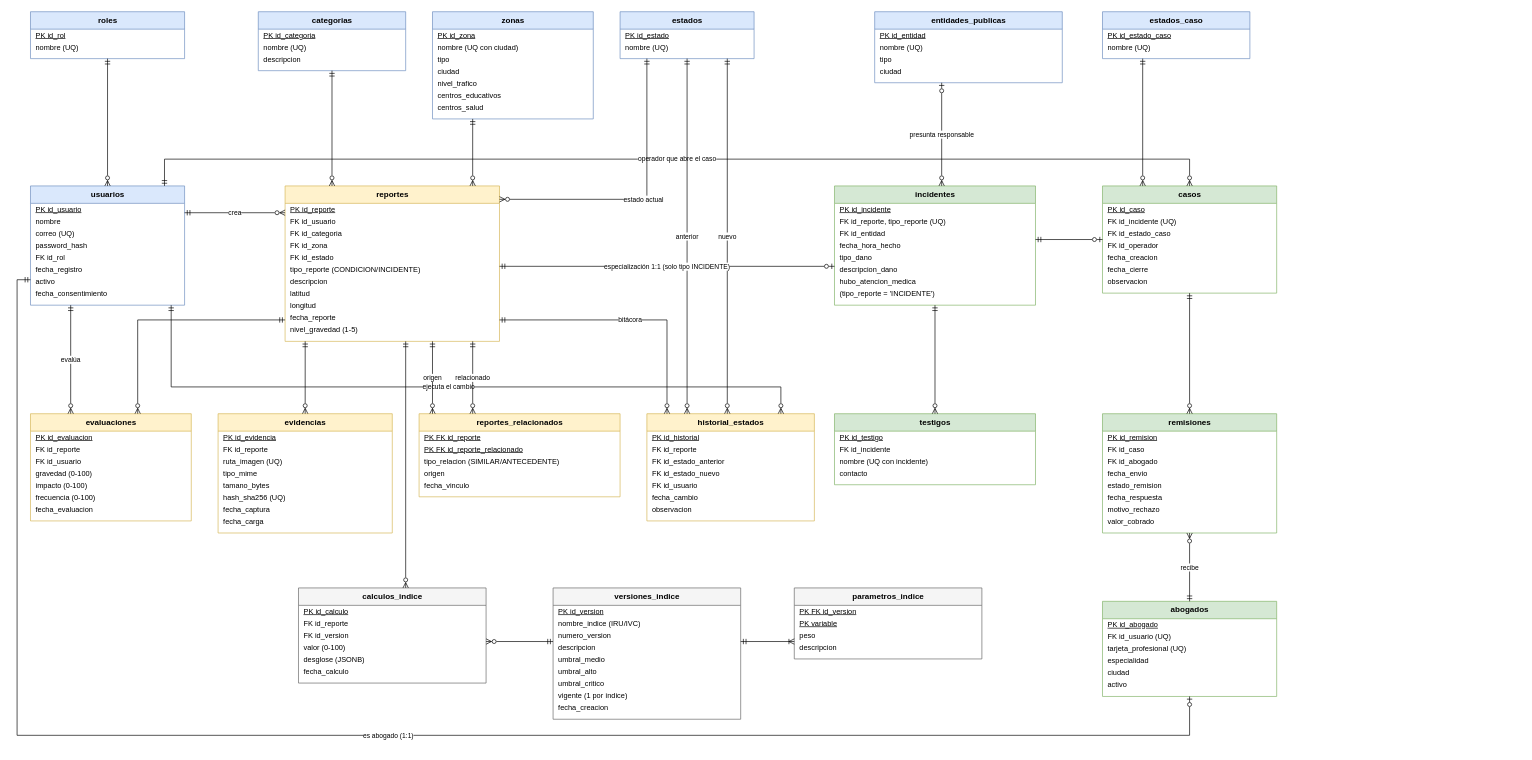
The draw.io diagram base-de-datos/diagramas/reda_eer.drawio in luismendoza009/REDA-Red-de-Evaluacion-y-Detecci-n-de-Riesgos-Urbanos, before the edit. Source tidied: cells renumbered, new cells numbered last; positions are measured from the earlier drawing's top-left corner, leaving out a move shared by most shapes. Both pictures are drawn from the tidied source at 67%, with x=0, y=0 at pixel (17, 11).
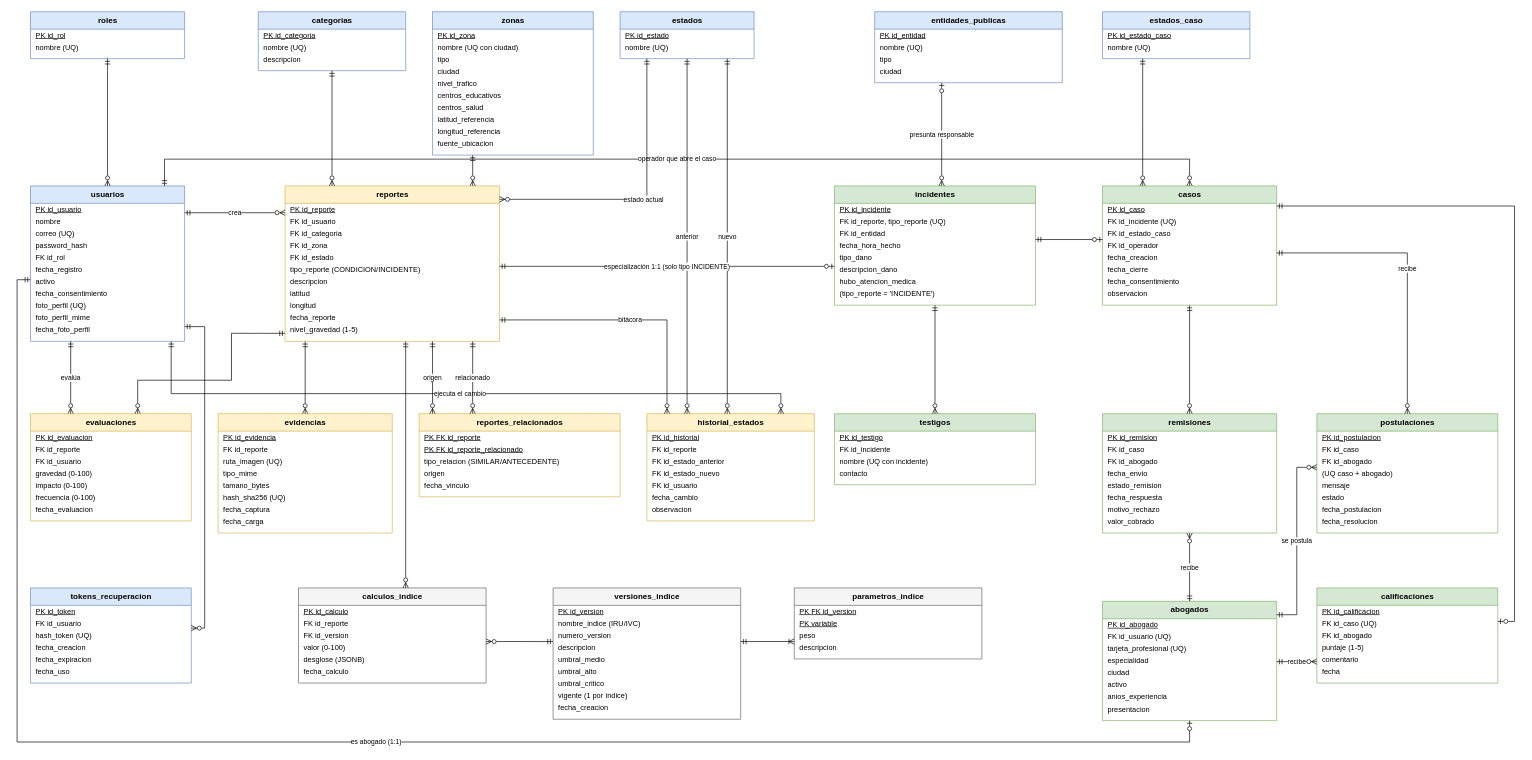
After the change.

Commit message (it also covers changes not shown here):
docs: actualiza el diagrama EER a 23 tablas (postulaciones, calificaciones y tokens)

Unchanged cells that the change refers to:
```xml
<mxCell id="37" value="reportes" style="swimlane;fontStyle=1;horizontal=1;startSize=26;html=1;fillColor=#fff2cc;strokeColor=#d6b656;fontSize=12;" parent="1" vertex="1">
  <mxGeometry x="400" y="260" width="320" height="232" as="geometry" />
</mxCell>
<mxCell id="49" value="incidentes" style="swimlane;fontStyle=1;horizontal=1;startSize=26;html=1;fillColor=#d5e8d4;strokeColor=#82b366;fontSize=12;" parent="1" vertex="1">
  <mxGeometry x="1220" y="260" width="300" height="178" as="geometry" />
</mxCell>
<mxCell id="66" value="evaluaciones" style="swimlane;fontStyle=1;horizontal=1;startSize=26;html=1;fillColor=#fff2cc;strokeColor=#d6b656;fontSize=12;" parent="1" vertex="1">
  <mxGeometry x="20" y="600" width="240" height="160" as="geometry" />
</mxCell>
<mxCell id="89" value="historial_estados" style="swimlane;fontStyle=1;horizontal=1;startSize=26;html=1;fillColor=#fff2cc;strokeColor=#d6b656;fontSize=12;" parent="1" vertex="1">
  <mxGeometry x="940" y="600" width="250" height="160" as="geometry" />
</mxCell>
```

The edit, as a diff of the source:
```diff
@@
     <mxCell id="9" value="zonas" style="swimlane;fontStyle=1;horizontal=1;startSize=26;html=1;fillColor=#dae8fc;strokeColor=#6c8ebf;fontSize=12;" parent="1" vertex="1">
-      <mxGeometry x="620" width="240" height="160" as="geometry" />
+      <mxGeometry x="620" width="240" height="214" as="geometry" />
     </mxCell>
@@
+    <mxCell id="166" value="latitud_referencia" style="text;strokeColor=none;fillColor=none;align=left;verticalAlign=middle;spacingLeft=6;html=1;fontSize=11;" parent="9" vertex="1">
+      <mxGeometry y="152" width="240" height="18" as="geometry" />
+    </mxCell>
+    <mxCell id="167" value="longitud_referencia" style="text;strokeColor=none;fillColor=none;align=left;verticalAlign=middle;spacingLeft=6;html=1;fontSize=11;" parent="9" vertex="1">
+      <mxGeometry y="170" width="240" height="18" as="geometry" />
+    </mxCell>
+    <mxCell id="168" value="fuente_ubicacion" style="text;strokeColor=none;fillColor=none;align=left;verticalAlign=middle;spacingLeft=6;html=1;fontSize=11;" parent="9" vertex="1">
+      <mxGeometry y="188" width="240" height="18" as="geometry" />
+    </mxCell>
@@
     <mxCell id="28" value="usuarios" style="swimlane;fontStyle=1;horizontal=1;startSize=26;html=1;fillColor=#dae8fc;strokeColor=#6c8ebf;fontSize=12;" parent="1" vertex="1">
-      <mxGeometry x="20" y="260" width="230" height="178" as="geometry" />
+      <mxGeometry x="20" y="260" width="230" height="232" as="geometry" />
     </mxCell>
@@
+    <mxCell id="169" value="foto_perfil (UQ)" style="text;strokeColor=none;fillColor=none;align=left;verticalAlign=middle;spacingLeft=6;html=1;fontSize=11;" parent="28" vertex="1">
+      <mxGeometry y="170" width="230" height="18" as="geometry" />
+    </mxCell>
+    <mxCell id="170" value="foto_perfil_mime" style="text;strokeColor=none;fillColor=none;align=left;verticalAlign=middle;spacingLeft=6;html=1;fontSize=11;" parent="28" vertex="1">
+      <mxGeometry y="188" width="230" height="18" as="geometry" />
+    </mxCell>
+    <mxCell id="171" value="fecha_foto_perfil" style="text;strokeColor=none;fillColor=none;align=left;verticalAlign=middle;spacingLeft=6;html=1;fontSize=11;" parent="28" vertex="1">
+      <mxGeometry y="206" width="230" height="18" as="geometry" />
+    </mxCell>
@@
     <mxCell id="58" value="casos" style="swimlane;fontStyle=1;horizontal=1;startSize=26;html=1;fillColor=#d5e8d4;strokeColor=#82b366;fontSize=12;" parent="1" vertex="1">
-      <mxGeometry x="1620" y="260" width="260" height="160" as="geometry" />
+      <mxGeometry x="1620" y="260" width="260" height="178" as="geometry" />
     </mxCell>
@@
-    <mxCell id="65" value="observacion" style="text;strokeColor=none;fillColor=none;align=left;verticalAlign=middle;spacingLeft=6;html=1;fontSize=11;" parent="58" vertex="1">
+    <mxCell id="65" value="fecha_consentimiento" style="text;strokeColor=none;fillColor=none;align=left;verticalAlign=middle;spacingLeft=6;html=1;fontSize=11;" parent="58" vertex="1">
       <mxGeometry y="134" width="260" height="18" as="geometry" />
     </mxCell>
+    <mxCell id="172" value="observacion" style="text;strokeColor=none;fillColor=none;align=left;verticalAlign=middle;spacingLeft=6;html=1;fontSize=11;" parent="58" vertex="1">
+      <mxGeometry y="152" width="260" height="18" as="geometry" />
+    </mxCell>
@@
     <mxCell id="133" value="abogados" style="swimlane;fontStyle=1;horizontal=1;startSize=26;html=1;fillColor=#d5e8d4;strokeColor=#82b366;fontSize=12;" parent="1" vertex="1">
-      <mxGeometry x="1620" y="880" width="260" height="142" as="geometry" />
+      <mxGeometry x="1620" y="880" width="260" height="178" as="geometry" />
     </mxCell>
@@
+    <mxCell id="173" value="anios_experiencia" style="text;strokeColor=none;fillColor=none;align=left;verticalAlign=middle;spacingLeft=6;html=1;fontSize=11;" parent="133" vertex="1">
+      <mxGeometry y="134" width="260" height="18" as="geometry" />
+    </mxCell>
+    <mxCell id="174" value="presentacion" style="text;strokeColor=none;fillColor=none;align=left;verticalAlign=middle;spacingLeft=6;html=1;fontSize=11;" parent="133" vertex="1">
+      <mxGeometry y="152" width="260" height="18" as="geometry" />
+    </mxCell>
+    <mxCell id="175" value="postulaciones" style="swimlane;fontStyle=1;horizontal=1;startSize=26;html=1;fillColor=#d5e8d4;strokeColor=#82b366;fontSize=12;" parent="1" vertex="1">
+      <mxGeometry x="1940" y="600" width="270" height="178" as="geometry" />
+    </mxCell>
+    <mxCell id="176" value="PK id_postulacion" style="text;strokeColor=none;fillColor=none;align=left;verticalAlign=middle;spacingLeft=6;html=1;fontSize=11;fontStyle=4;" parent="175" vertex="1">
+      <mxGeometry y="26" width="270" height="18" as="geometry" />
+    </mxCell>
+    <mxCell id="177" value="FK id_caso" style="text;strokeColor=none;fillColor=none;align=left;verticalAlign=middle;spacingLeft=6;html=1;fontSize=11;" parent="175" vertex="1">
+      <mxGeometry y="44" width="270" height="18" as="geometry" />
+    </mxCell>
+    <mxCell id="178" value="FK id_abogado" style="text;strokeColor=none;fillColor=none;align=left;verticalAlign=middle;spacingLeft=6;html=1;fontSize=11;" parent="175" vertex="1">
+      <mxGeometry y="62" width="270" height="18" as="geometry" />
+    </mxCell>
+    <mxCell id="179" value="(UQ caso + abogado)" style="text;strokeColor=none;fillColor=none;align=left;verticalAlign=middle;spacingLeft=6;html=1;fontSize=11;" parent="175" vertex="1">
+      <mxGeometry y="80" width="270" height="18" as="geometry" />
+    </mxCell>
+    <mxCell id="180" value="mensaje" style="text;strokeColor=none;fillColor=none;align=left;verticalAlign=middle;spacingLeft=6;html=1;fontSize=11;" parent="175" vertex="1">
+      <mxGeometry y="98" width="270" height="18" as="geometry" />
+    </mxCell>
+    <mxCell id="181" value="estado" style="text;strokeColor=none;fillColor=none;align=left;verticalAlign=middle;spacingLeft=6;html=1;fontSize=11;" parent="175" vertex="1">
+      <mxGeometry y="116" width="270" height="18" as="geometry" />
+    </mxCell>
+    <mxCell id="182" value="fecha_postulacion" style="text;strokeColor=none;fillColor=none;align=left;verticalAlign=middle;spacingLeft=6;html=1;fontSize=11;" parent="175" vertex="1">
+      <mxGeometry y="134" width="270" height="18" as="geometry" />
+    </mxCell>
+    <mxCell id="183" value="fecha_resolucion" style="text;strokeColor=none;fillColor=none;align=left;verticalAlign=middle;spacingLeft=6;html=1;fontSize=11;" parent="175" vertex="1">
+      <mxGeometry y="152" width="270" height="18" as="geometry" />
+    </mxCell>
+    <mxCell id="184" value="calificaciones" style="swimlane;fontStyle=1;horizontal=1;startSize=26;html=1;fillColor=#d5e8d4;strokeColor=#82b366;fontSize=12;" parent="1" vertex="1">
+      <mxGeometry x="1940" y="860" width="270" height="142" as="geometry" />
+    </mxCell>
+    <mxCell id="185" value="PK id_calificacion" style="text;strokeColor=none;fillColor=none;align=left;verticalAlign=middle;spacingLeft=6;html=1;fontSize=11;fontStyle=4;" parent="184" vertex="1">
+      <mxGeometry y="26" width="270" height="18" as="geometry" />
+    </mxCell>
+    <mxCell id="186" value="FK id_caso (UQ)" style="text;strokeColor=none;fillColor=none;align=left;verticalAlign=middle;spacingLeft=6;html=1;fontSize=11;" parent="184" vertex="1">
+      <mxGeometry y="44" width="270" height="18" as="geometry" />
+    </mxCell>
+    <mxCell id="187" value="FK id_abogado" style="text;strokeColor=none;fillColor=none;align=left;verticalAlign=middle;spacingLeft=6;html=1;fontSize=11;" parent="184" vertex="1">
+      <mxGeometry y="62" width="270" height="18" as="geometry" />
+    </mxCell>
+    <mxCell id="188" value="puntaje (1-5)" style="text;strokeColor=none;fillColor=none;align=left;verticalAlign=middle;spacingLeft=6;html=1;fontSize=11;" parent="184" vertex="1">
+      <mxGeometry y="80" width="270" height="18" as="geometry" />
+    </mxCell>
+    <mxCell id="189" value="comentario" style="text;strokeColor=none;fillColor=none;align=left;verticalAlign=middle;spacingLeft=6;html=1;fontSize=11;" parent="184" vertex="1">
+      <mxGeometry y="98" width="270" height="18" as="geometry" />
+    </mxCell>
+    <mxCell id="190" value="fecha" style="text;strokeColor=none;fillColor=none;align=left;verticalAlign=middle;spacingLeft=6;html=1;fontSize=11;" parent="184" vertex="1">
+      <mxGeometry y="116" width="270" height="18" as="geometry" />
+    </mxCell>
+    <mxCell id="191" value="tokens_recuperacion" style="swimlane;fontStyle=1;horizontal=1;startSize=26;html=1;fillColor=#dae8fc;strokeColor=#6c8ebf;fontSize=12;" parent="1" vertex="1">
+      <mxGeometry x="20" y="860" width="240" height="142" as="geometry" />
+    </mxCell>
+    <mxCell id="192" value="PK id_token" style="text;strokeColor=none;fillColor=none;align=left;verticalAlign=middle;spacingLeft=6;html=1;fontSize=11;fontStyle=4;" parent="191" vertex="1">
+      <mxGeometry y="26" width="240" height="18" as="geometry" />
+    </mxCell>
+    <mxCell id="193" value="FK id_usuario" style="text;strokeColor=none;fillColor=none;align=left;verticalAlign=middle;spacingLeft=6;html=1;fontSize=11;" parent="191" vertex="1">
+      <mxGeometry y="44" width="240" height="18" as="geometry" />
+    </mxCell>
+    <mxCell id="194" value="hash_token (UQ)" style="text;strokeColor=none;fillColor=none;align=left;verticalAlign=middle;spacingLeft=6;html=1;fontSize=11;" parent="191" vertex="1">
+      <mxGeometry y="62" width="240" height="18" as="geometry" />
+    </mxCell>
+    <mxCell id="195" value="fecha_creacion" style="text;strokeColor=none;fillColor=none;align=left;verticalAlign=middle;spacingLeft=6;html=1;fontSize=11;" parent="191" vertex="1">
+      <mxGeometry y="80" width="240" height="18" as="geometry" />
+    </mxCell>
+    <mxCell id="196" value="fecha_expiracion" style="text;strokeColor=none;fillColor=none;align=left;verticalAlign=middle;spacingLeft=6;html=1;fontSize=11;" parent="191" vertex="1">
+      <mxGeometry y="98" width="240" height="18" as="geometry" />
+    </mxCell>
+    <mxCell id="197" value="fecha_uso" style="text;strokeColor=none;fillColor=none;align=left;verticalAlign=middle;spacingLeft=6;html=1;fontSize=11;" parent="191" vertex="1">
+      <mxGeometry y="116" width="240" height="18" as="geometry" />
+    </mxCell>
@@
-    <mxCell id="141" value="crea" style="edgeStyle=orthogonalEdgeStyle;rounded=0;html=1;fontSize=10;labelBackgroundColor=#ffffff;startArrow=ERmandOne;endArrow=ERzeroToMany;startFill=0;endFill=0;exitX=1.0;exitY=0.2247;exitDx=0;exitDy=0;entryX=0.0;entryY=0.1724;entryDx=0;entryDy=0;" parent="1" edge="1" source="28" target="37">
+    <mxCell id="141" value="crea" style="edgeStyle=orthogonalEdgeStyle;rounded=0;html=1;fontSize=10;labelBackgroundColor=#ffffff;startArrow=ERmandOne;endArrow=ERzeroToMany;startFill=0;endFill=0;exitX=1.0;exitY=0.1724;exitDx=0;exitDy=0;entryX=0.0;entryY=0.1724;entryDx=0;entryDy=0;" parent="1" edge="1" source="28" target="37">
       <mxGeometry relative="1" as="geometry" />
     </mxCell>
@@
     <mxCell id="143" value="ejecuta el cambio" style="edgeStyle=orthogonalEdgeStyle;rounded=0;html=1;fontSize=10;labelBackgroundColor=#ffffff;startArrow=ERmandOne;endArrow=ERzeroToMany;startFill=0;endFill=0;exitX=0.913;exitY=1.0;exitDx=0;exitDy=0;entryX=0.8;entryY=0.0;entryDx=0;entryDy=0;" parent="1" edge="1" source="28" target="89">
       <mxGeometry relative="1" as="geometry">
         <Array as="points">
-          <mxPoint x="230" y="560" />
-          <mxPoint x="1140" y="560" />
+          <mxPoint x="230" y="570" />
+          <mxPoint x="1140" y="570" />
         </Array>
       </mxGeometry>
     </mxCell>
@@
-    <mxCell id="145" value="es abogado (1:1)" style="edgeStyle=orthogonalEdgeStyle;rounded=0;html=1;fontSize=10;labelBackgroundColor=#ffffff;startArrow=ERmandOne;endArrow=ERzeroToOne;startFill=0;endFill=0;exitX=0.0;exitY=0.7865;exitDx=0;exitDy=0;entryX=0.5;entryY=1.0;entryDx=0;entryDy=0;" parent="1" edge="1" source="28" target="133">
+    <mxCell id="145" value="es abogado (1:1)" style="edgeStyle=orthogonalEdgeStyle;rounded=0;html=1;fontSize=10;labelBackgroundColor=#ffffff;startArrow=ERmandOne;endArrow=ERzeroToOne;startFill=0;endFill=0;exitX=0.0;exitY=0.6034;exitDx=0;exitDy=0;entryX=0.5;entryY=1.0;entryDx=0;entryDy=0;" parent="1" edge="1" source="28" target="133">
       <mxGeometry relative="1" as="geometry">
         <Array as="points">
           <mxPoint y="400" />
-          <mxPoint y="1080" />
-          <mxPoint x="1750" y="1080" />
+          <mxPoint y="1090" />
+          <mxPoint x="1750" y="1090" />
         </Array>
       </mxGeometry>
     </mxCell>
@@
-    <mxCell id="155" style="edgeStyle=orthogonalEdgeStyle;rounded=0;html=1;fontSize=10;labelBackgroundColor=#ffffff;startArrow=ERmandOne;endArrow=ERzeroToMany;startFill=0;endFill=0;exitX=0.0;exitY=0.8621;exitDx=0;exitDy=0;entryX=0.6667;entryY=0.0;entryDx=0;entryDy=0;" parent="1" edge="1" source="37" target="66">
+    <mxCell id="155" style="edgeStyle=orthogonalEdgeStyle;rounded=0;html=1;fontSize=10;labelBackgroundColor=#ffffff;startArrow=ERmandOne;endArrow=ERzeroToMany;startFill=0;endFill=0;exitX=0.0;exitY=0.9483;exitDx=0;exitDy=0;entryX=0.6667;entryY=0.0;entryDx=0;entryDy=0;" parent="1" edge="1" source="37" target="66">
       <mxGeometry relative="1" as="geometry">
         <Array as="points">
-          <mxPoint x="180" y="460" />
+          <mxPoint x="320" y="480" />
+          <mxPoint x="320" y="550" />
+          <mxPoint x="180" y="550" />
         </Array>
       </mxGeometry>
     </mxCell>
@@
-    <mxCell id="159" style="edgeStyle=orthogonalEdgeStyle;rounded=0;html=1;fontSize=10;labelBackgroundColor=#ffffff;startArrow=ERmandOne;endArrow=ERzeroToOne;startFill=0;endFill=0;exitX=1.0;exitY=0.4494;exitDx=0;exitDy=0;entryX=0.0;entryY=0.5;entryDx=0;entryDy=0;" parent="1" edge="1" source="49" target="58">
+    <mxCell id="159" style="edgeStyle=orthogonalEdgeStyle;rounded=0;html=1;fontSize=10;labelBackgroundColor=#ffffff;startArrow=ERmandOne;endArrow=ERzeroToOne;startFill=0;endFill=0;exitX=1.0;exitY=0.4494;exitDx=0;exitDy=0;entryX=0.0;entryY=0.4494;entryDx=0;entryDy=0;" parent="1" edge="1" source="49" target="58">
       <mxGeometry relative="1" as="geometry" />
     </mxCell>
@@
+    <mxCell id="198" value="recibe" style="edgeStyle=orthogonalEdgeStyle;rounded=0;html=1;fontSize=10;labelBackgroundColor=#ffffff;startArrow=ERmandOne;endArrow=ERzeroToMany;startFill=0;endFill=0;exitX=1.0;exitY=0.5618;exitDx=0;exitDy=0;entryX=0.5;entryY=0.0;entryDx=0;entryDy=0;" parent="1" edge="1" source="58" target="175">
+      <mxGeometry relative="1" as="geometry">
+        <Array as="points">
+          <mxPoint x="2075" y="360" />
+        </Array>
+      </mxGeometry>
+    </mxCell>
+    <mxCell id="199" value="se postula" style="edgeStyle=orthogonalEdgeStyle;rounded=0;html=1;fontSize=10;labelBackgroundColor=#ffffff;startArrow=ERmandOne;endArrow=ERzeroToMany;startFill=0;endFill=0;exitX=1.0;exitY=0.1124;exitDx=0;exitDy=0;entryX=0.0;entryY=0.4494;entryDx=0;entryDy=0;" parent="1" edge="1" source="133" target="175">
+      <mxGeometry relative="1" as="geometry">
+        <Array as="points">
+          <mxPoint x="1910" y="900" />
+          <mxPoint x="1910" y="680" />
+        </Array>
+      </mxGeometry>
+    </mxCell>
+    <mxCell id="200" style="edgeStyle=orthogonalEdgeStyle;rounded=0;html=1;fontSize=10;labelBackgroundColor=#ffffff;startArrow=ERmandOne;endArrow=ERzeroToOne;startFill=0;endFill=0;exitX=1.0;exitY=0.1685;exitDx=0;exitDy=0;entryX=1.0;entryY=0.3521;entryDx=0;entryDy=0;" parent="1" edge="1" source="58" target="184">
+      <mxGeometry relative="1" as="geometry">
+        <Array as="points">
+          <mxPoint x="2235" y="290" />
+          <mxPoint x="2235" y="910" />
+        </Array>
+      </mxGeometry>
+    </mxCell>
+    <mxCell id="201" value="recibe" style="edgeStyle=orthogonalEdgeStyle;rounded=0;html=1;fontSize=10;labelBackgroundColor=#ffffff;startArrow=ERmandOne;endArrow=ERzeroToMany;startFill=0;endFill=0;exitX=1.0;exitY=0.5056;exitDx=0;exitDy=0;entryX=0.0;entryY=0.7746;entryDx=0;entryDy=0;" parent="1" edge="1" source="133" target="184">
+      <mxGeometry relative="1" as="geometry" />
+    </mxCell>
+    <mxCell id="202" style="edgeStyle=orthogonalEdgeStyle;rounded=0;html=1;fontSize=10;labelBackgroundColor=#ffffff;startArrow=ERmandOne;endArrow=ERzeroToMany;startFill=0;endFill=0;exitX=1.0;exitY=0.9052;exitDx=0;exitDy=0;entryX=1.0;entryY=0.4225;entryDx=0;entryDy=0;" parent="1" edge="1" source="28" target="191">
+      <mxGeometry relative="1" as="geometry">
+        <Array as="points">
+          <mxPoint x="280" y="470" />
+          <mxPoint x="280" y="920" />
+        </Array>
+      </mxGeometry>
+    </mxCell>
```
